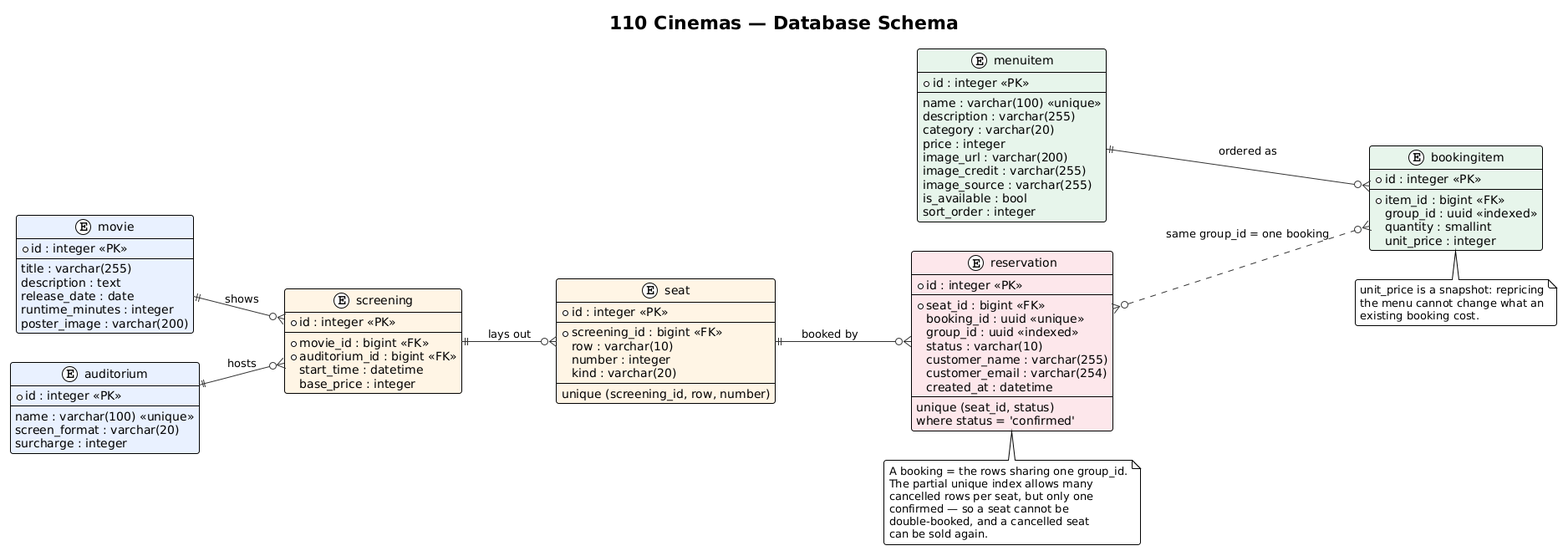
Above: docs/schema.png in MithunThangaraj/110-cinemas (PlantUML), before the change.
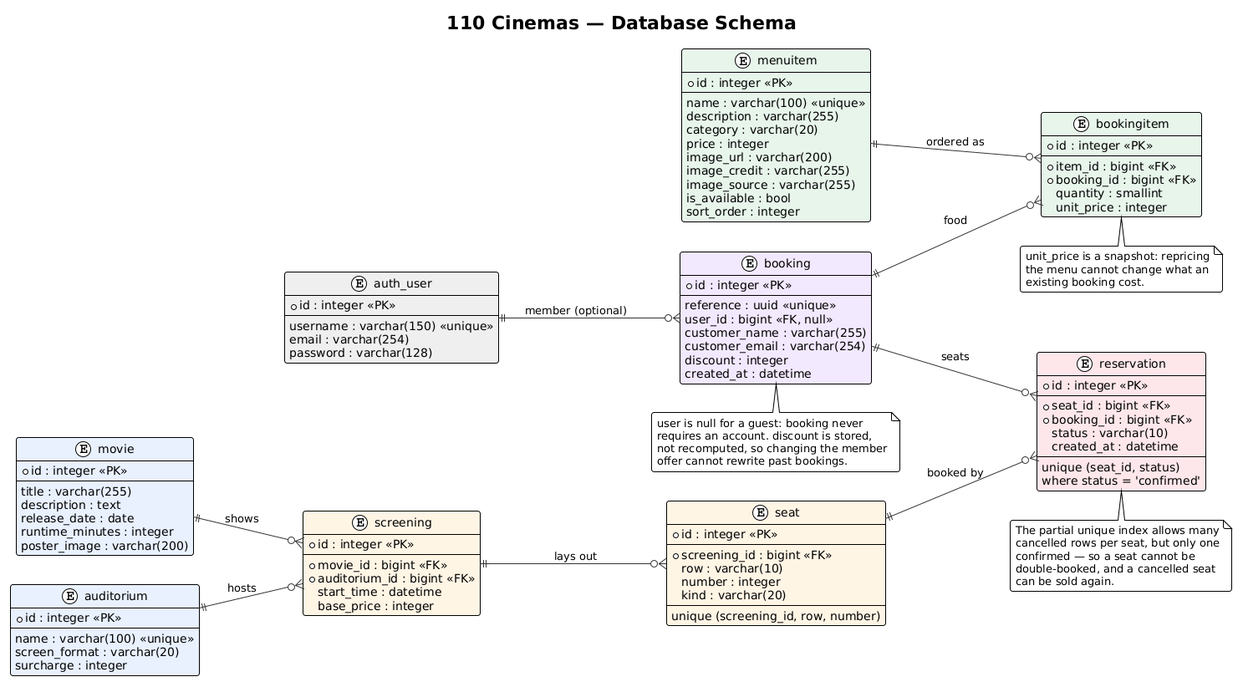
Above is the later version.

Diff of the diagram source:
```diff
@@ -50,15 +50,31 @@
   unique (screening_id, row, number)
 }
 
+entity "booking" as booking #F3E8FF {
+  * id : integer <<PK>>
+  --
+  reference : uuid <<unique>>
+  user_id : bigint <<FK, null>>
+  customer_name : varchar(255)
+  customer_email : varchar(254)
+  discount : integer
+  created_at : datetime
+}
+
+entity "auth_user" as authuser #EEEEEE {
+  * id : integer <<PK>>
+  --
+  username : varchar(150) <<unique>>
+  email : varchar(254)
+  password : varchar(128)
+}
+
 entity "reservation" as reservation #FDE7EA {
   * id : integer <<PK>>
   --
   * seat_id : bigint <<FK>>
-  booking_id : uuid <<unique>>
-  group_id : uuid <<indexed>>
+  * booking_id : bigint <<FK>>
   status : varchar(10)
-  customer_name : varchar(255)
-  customer_email : varchar(254)
   created_at : datetime
   --
   unique (seat_id, status)
@@ -83,7 +99,7 @@
   * id : integer <<PK>>
   --
   * item_id : bigint <<FK>>
-  group_id : uuid <<indexed>>
+  * booking_id : bigint <<FK>>
   quantity : smallint
   unit_price : integer
 }
@@ -94,15 +110,23 @@
 seat ||--o{ reservation : "booked by"
 menuitem ||--o{ bookingitem : "ordered as"
 
-reservation }o..o{ bookingitem : "same group_id = one booking"
+authuser ||--o{ booking : "member (optional)"
+booking ||--o{ reservation : "seats"
+booking ||--o{ bookingitem : "food"
 
 note bottom of reservation
-  A booking = the rows sharing one group_id.
   The partial unique index allows many
   cancelled rows per seat, but only one
   confirmed — so a seat cannot be
   double-booked, and a cancelled seat
   can be sold again.
+end note
+
+note bottom of booking
+  user is null for a guest: booking never
+  requires an account. discount is stored,
+  not recomputed, so changing the member
+  offer cannot rewrite past bookings.
 end note
 
 note bottom of bookingitem
```
